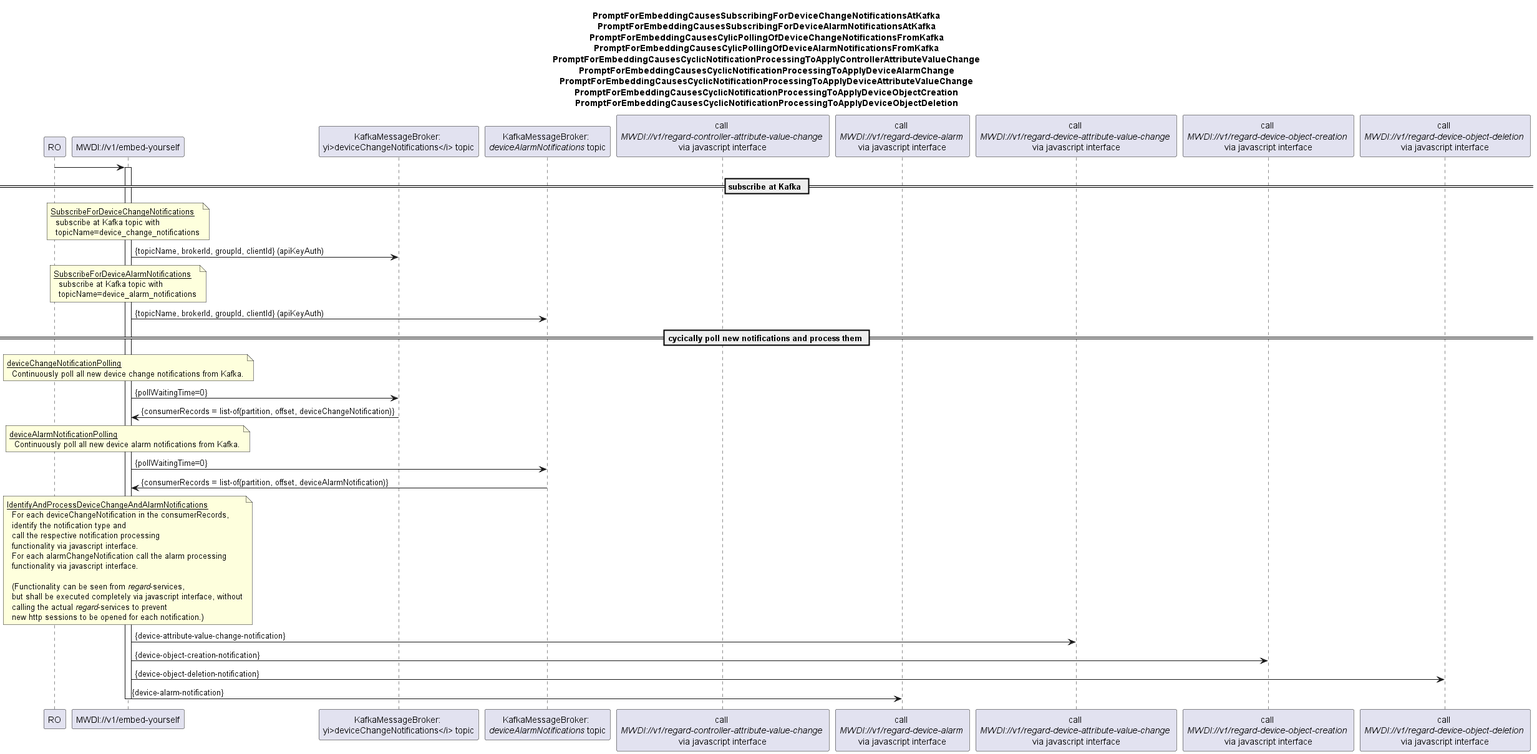
Above: spec/diagrams/01x_NotificationPollingFromKafkaAndProcessing.png in openBackhaul/MicroWaveDeviceInventory (PlantUML), before the change.
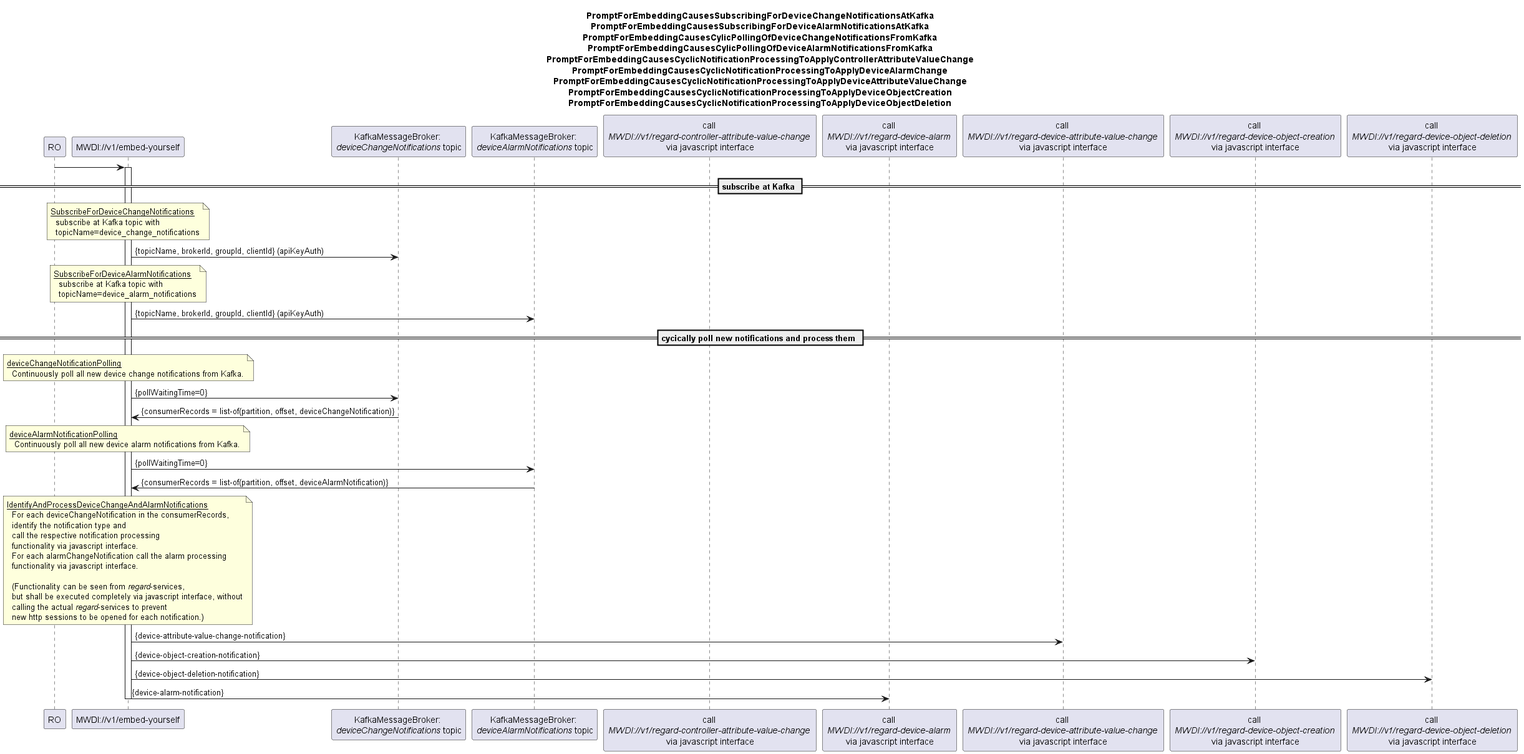
The same file after the commit.

The edit, as a diff of the source:
```diff
@@ -15,7 +15,7 @@
 
 participant "RO" as ro
 participant "MWDI://v1/embed-yourself" as mwdi
-participant "KafkaMessageBroker: \nyi>deviceChangeNotifications</i> topic" as kafkaDev
+participant "KafkaMessageBroker: \n<i>deviceChangeNotifications</i> topic" as kafkaDev
 participant "KafkaMessageBroker: \n<i>deviceAlarmNotifications</i> topic" as kafkaAlarm
 participant "call \n<i>MWDI://v1/regard-controller-attribute-value-change </i>\nvia javascript interface" as regardCtrlAttChange
 participant "call \n<i>MWDI://v1/regard-device-alarm </i>\nvia javascript interface" as regardAlarm
```
